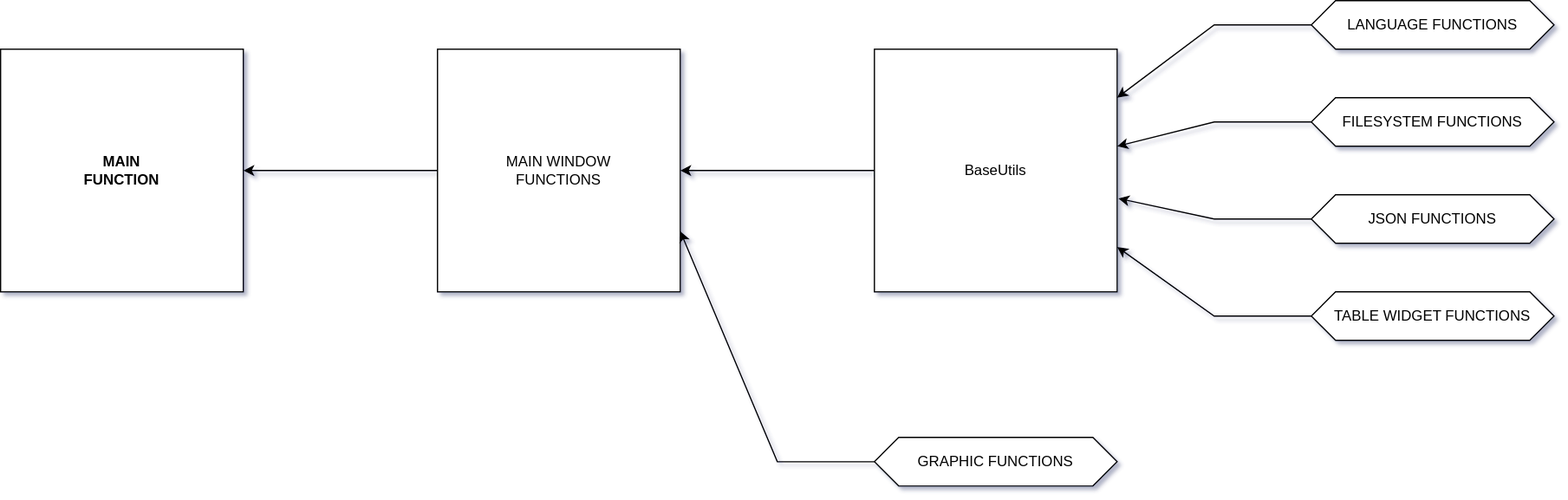
Before: Scheme.svg, a diagram exported from draw.io (SlimRG/qLanguageEditor). Source tidied: cells renumbered, new cells last; positions are measured from the earlier drawing's top-left corner, leaving out a move shared by most shapes.
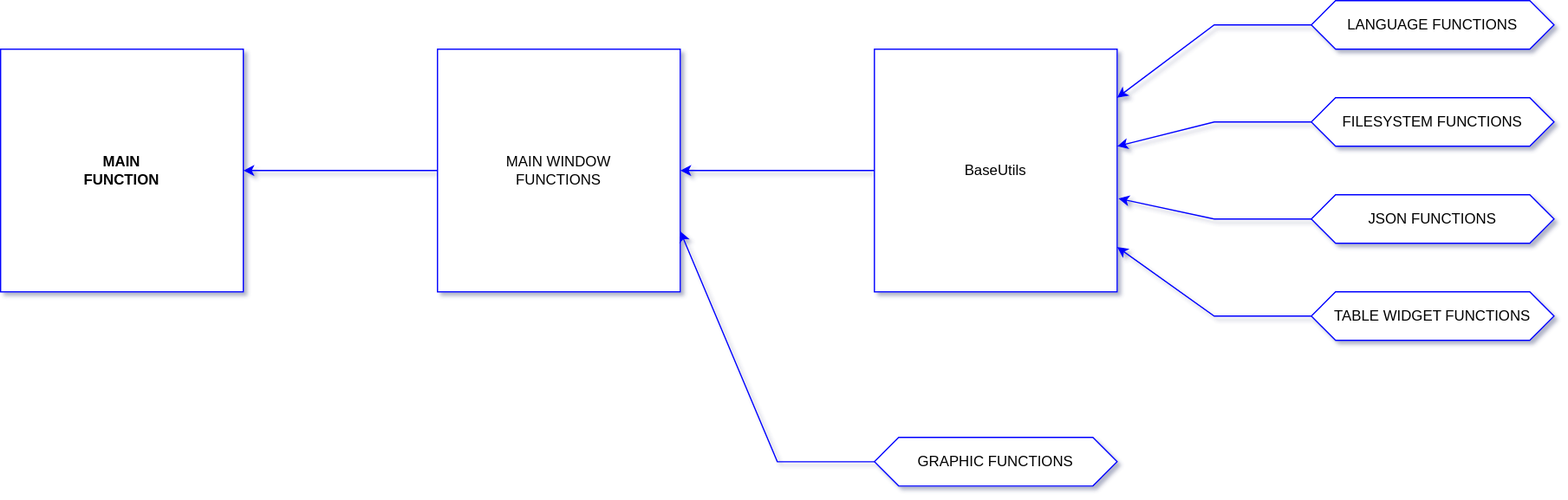
After the change.

What changed in the source:
```diff
@@ -2,34 +2,34 @@
   <root>
     <mxCell id="0" />
     <mxCell id="1" parent="0" />
-    <mxCell id="2" value="&lt;b&gt;MAIN&lt;br&gt;FUNCTION&lt;/b&gt;" style="rounded=0;whiteSpace=wrap;html=1;" parent="1" vertex="1">
+    <mxCell id="2" value="&lt;b&gt;MAIN&lt;br&gt;FUNCTION&lt;/b&gt;" style="rounded=0;whiteSpace=wrap;html=1;strokeColor=#0000FF;" parent="1" vertex="1">
       <mxGeometry y="40" width="200" height="200" as="geometry" />
     </mxCell>
-    <mxCell id="3" value="MAIN WINDOW&lt;br&gt;FUNCTIONS" style="rounded=0;whiteSpace=wrap;html=1;" parent="1" vertex="1">
+    <mxCell id="3" value="MAIN WINDOW&lt;br&gt;FUNCTIONS" style="rounded=0;whiteSpace=wrap;html=1;strokeColor=#0000FF;" parent="1" vertex="1">
       <mxGeometry x="360" y="40" width="200" height="200" as="geometry" />
     </mxCell>
-    <mxCell id="4" style="endArrow=classic;html=1;rounded=0;" parent="1" edge="1" source="3" target="2">
+    <mxCell id="4" style="endArrow=classic;html=1;rounded=0;fontColor=#007FFF;strokeColor=#0000FF;" parent="1" edge="1" source="3" target="2">
       <mxGeometry relative="1" as="geometry" />
     </mxCell>
-    <mxCell id="5" value="BaseUtils" style="rounded=0;whiteSpace=wrap;html=1;" parent="1" vertex="1">
+    <mxCell id="5" value="BaseUtils" style="rounded=0;whiteSpace=wrap;html=1;strokeColor=#0000FF;" parent="1" vertex="1">
       <mxGeometry x="720" y="40" width="200" height="200" as="geometry" />
     </mxCell>
-    <mxCell id="6" style="endArrow=classic;html=1;rounded=0;exitX=0;exitY=0.5;exitDx=0;exitDy=0;entryX=1;entryY=0.5;entryDx=0;entryDy=0;" parent="1" edge="1" source="5" target="3">
+    <mxCell id="6" style="endArrow=classic;html=1;rounded=0;exitX=0;exitY=0.5;exitDx=0;exitDy=0;entryX=1;entryY=0.5;entryDx=0;entryDy=0;strokeColor=#0000FF;" parent="1" edge="1" source="5" target="3">
       <mxGeometry relative="1" as="geometry" />
     </mxCell>
-    <mxCell id="7" value="FILESYSTEM FUNCTIONS" style="shape=hexagon;perimeter=hexagonPerimeter2;whiteSpace=wrap;html=1;fixedSize=1;" parent="1" vertex="1">
+    <mxCell id="7" value="FILESYSTEM FUNCTIONS" style="shape=hexagon;perimeter=hexagonPerimeter2;whiteSpace=wrap;html=1;fixedSize=1;strokeColor=#0000FF;" parent="1" vertex="1">
       <mxGeometry x="1080" y="80" width="200" height="40" as="geometry" />
     </mxCell>
-    <mxCell id="8" value="JSON FUNCTIONS" style="shape=hexagon;perimeter=hexagonPerimeter2;whiteSpace=wrap;html=1;fixedSize=1;" parent="1" vertex="1">
+    <mxCell id="8" value="JSON FUNCTIONS" style="shape=hexagon;perimeter=hexagonPerimeter2;whiteSpace=wrap;html=1;fixedSize=1;strokeColor=#0000FF;" parent="1" vertex="1">
       <mxGeometry x="1080" y="160" width="200" height="40" as="geometry" />
     </mxCell>
-    <mxCell id="9" value="LANGUAGE FUNCTIONS" style="shape=hexagon;perimeter=hexagonPerimeter2;whiteSpace=wrap;html=1;fixedSize=1;" parent="1" vertex="1">
+    <mxCell id="9" value="LANGUAGE FUNCTIONS" style="shape=hexagon;perimeter=hexagonPerimeter2;whiteSpace=wrap;html=1;fixedSize=1;strokeColor=#0000FF;" parent="1" vertex="1">
       <mxGeometry x="1080" width="200" height="40" as="geometry" />
     </mxCell>
-    <mxCell id="10" value="TABLE WIDGET FUNCTIONS" style="shape=hexagon;perimeter=hexagonPerimeter2;whiteSpace=wrap;html=1;fixedSize=1;" parent="1" vertex="1">
+    <mxCell id="10" value="TABLE WIDGET FUNCTIONS" style="shape=hexagon;perimeter=hexagonPerimeter2;whiteSpace=wrap;html=1;fixedSize=1;strokeColor=#0000FF;" parent="1" vertex="1">
       <mxGeometry x="1080" y="240" width="200" height="40" as="geometry" />
     </mxCell>
-    <mxCell id="11" style="endArrow=classic;html=1;rounded=0;fontColor=#000000;exitX=0;exitY=0.5;exitDx=0;exitDy=0;" parent="1" edge="1" source="9">
+    <mxCell id="11" style="endArrow=classic;html=1;rounded=0;fontColor=#000000;exitX=0;exitY=0.5;exitDx=0;exitDy=0;strokeColor=#0000FF;" parent="1" edge="1" source="9">
       <mxGeometry relative="1" as="geometry">
         <mxPoint x="920" y="80" as="targetPoint" />
         <Array as="points">
@@ -37,7 +37,7 @@
         </Array>
       </mxGeometry>
     </mxCell>
-    <mxCell id="12" style="endArrow=classic;html=1;rounded=0;fontColor=#000000;exitX=0;exitY=0.5;exitDx=0;exitDy=0;" parent="1" edge="1" source="7">
+    <mxCell id="12" style="endArrow=classic;html=1;rounded=0;fontColor=#000000;exitX=0;exitY=0.5;exitDx=0;exitDy=0;strokeColor=#0000FF;" parent="1" edge="1" source="7">
       <mxGeometry relative="1" as="geometry">
         <mxPoint x="920" y="120" as="targetPoint" />
         <Array as="points">
@@ -45,24 +45,24 @@
         </Array>
       </mxGeometry>
     </mxCell>
-    <mxCell id="13" style="endArrow=classic;html=1;rounded=0;fontColor=#000000;exitX=0;exitY=0.5;exitDx=0;exitDy=0;entryX=1.005;entryY=0.615;entryDx=0;entryDy=0;entryPerimeter=0;" parent="1" edge="1" source="8" target="5">
+    <mxCell id="13" style="endArrow=classic;html=1;rounded=0;fontColor=#000000;exitX=0;exitY=0.5;exitDx=0;exitDy=0;entryX=1.005;entryY=0.615;entryDx=0;entryDy=0;entryPerimeter=0;strokeColor=#0000FF;" parent="1" edge="1" source="8" target="5">
       <mxGeometry relative="1" as="geometry">
         <Array as="points">
           <mxPoint x="1000" y="180" />
         </Array>
       </mxGeometry>
     </mxCell>
-    <mxCell id="14" style="endArrow=classic;html=1;rounded=0;fontColor=#000000;exitX=0;exitY=0.5;exitDx=0;exitDy=0;entryX=1;entryY=0.815;entryDx=0;entryDy=0;entryPerimeter=0;" parent="1" edge="1" source="10" target="5">
+    <mxCell id="14" style="endArrow=classic;html=1;rounded=0;fontColor=#000000;exitX=0;exitY=0.5;exitDx=0;exitDy=0;entryX=1;entryY=0.815;entryDx=0;entryDy=0;entryPerimeter=0;strokeColor=#0000FF;" parent="1" edge="1" source="10" target="5">
       <mxGeometry relative="1" as="geometry">
         <Array as="points">
           <mxPoint x="1000" y="260" />
         </Array>
       </mxGeometry>
     </mxCell>
-    <mxCell id="15" value="GRAPHIC FUNCTIONS" style="shape=hexagon;perimeter=hexagonPerimeter2;whiteSpace=wrap;html=1;fixedSize=1;" parent="1" vertex="1">
+    <mxCell id="15" value="GRAPHIC FUNCTIONS" style="shape=hexagon;perimeter=hexagonPerimeter2;whiteSpace=wrap;html=1;fixedSize=1;strokeColor=#0000FF;" parent="1" vertex="1">
       <mxGeometry x="720" y="360" width="200" height="40" as="geometry" />
     </mxCell>
-    <mxCell id="16" style="endArrow=classic;html=1;rounded=0;fontColor=#000000;exitX=0;exitY=0.5;exitDx=0;exitDy=0;entryX=1;entryY=0.75;entryDx=0;entryDy=0;" parent="1" edge="1" source="15" target="3">
+    <mxCell id="16" style="endArrow=classic;html=1;rounded=0;fontColor=#000000;exitX=0;exitY=0.5;exitDx=0;exitDy=0;entryX=1;entryY=0.75;entryDx=0;entryDy=0;strokeColor=#0000FF;" parent="1" edge="1" source="15" target="3">
       <mxGeometry relative="1" as="geometry">
         <Array as="points">
           <mxPoint x="640" y="380" />
```
